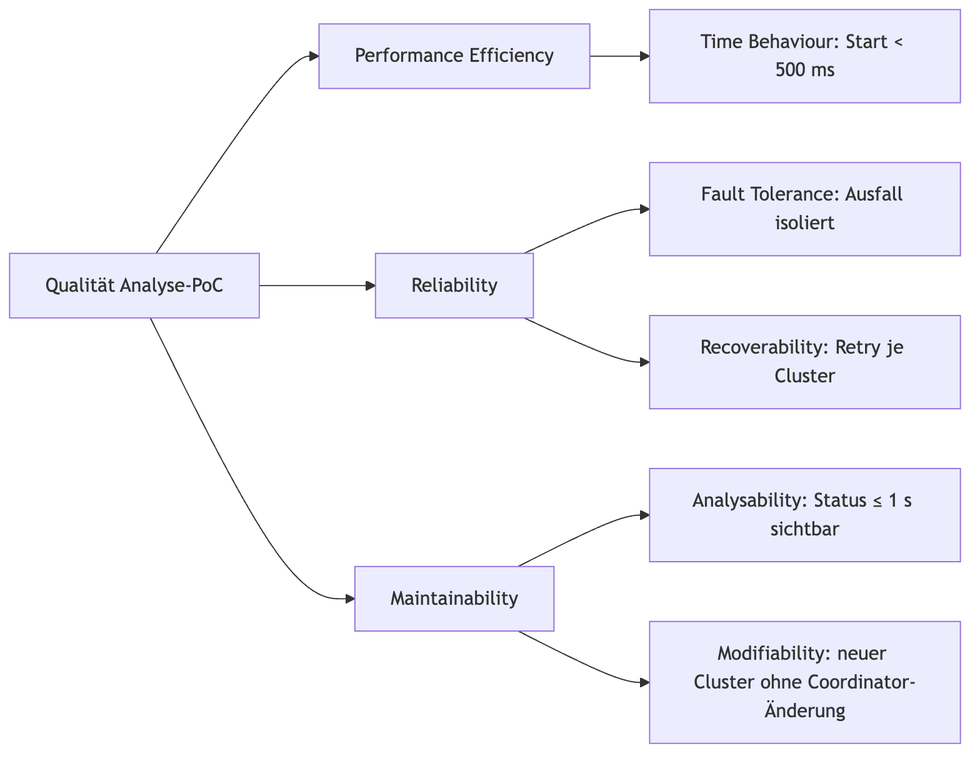
Above: docs/img/qualitaetsbaum.png in nihadio/wirschiffendas (Mermaid), before the change. Its source is kept beside it as docs/diagrams/qualitaetsbaum.mmd. Its diagram source:
```mermaid
flowchart LR
  Q[Qualität Analyse-PoC] --> P[Performance Efficiency]
  Q --> R[Reliability]
  Q --> M[Maintainability]
  P --> P1[Time Behaviour: Start < 500 ms]
  R --> R1[Fault Tolerance: Ausfall isoliert]
  R --> R2[Recoverability: Retry je Cluster]
  M --> M1[Analysability: Status ≤ 1 s sichtbar]
  M --> M2[Modifiability: neuer Cluster ohne Coordinator-Änderung]
```
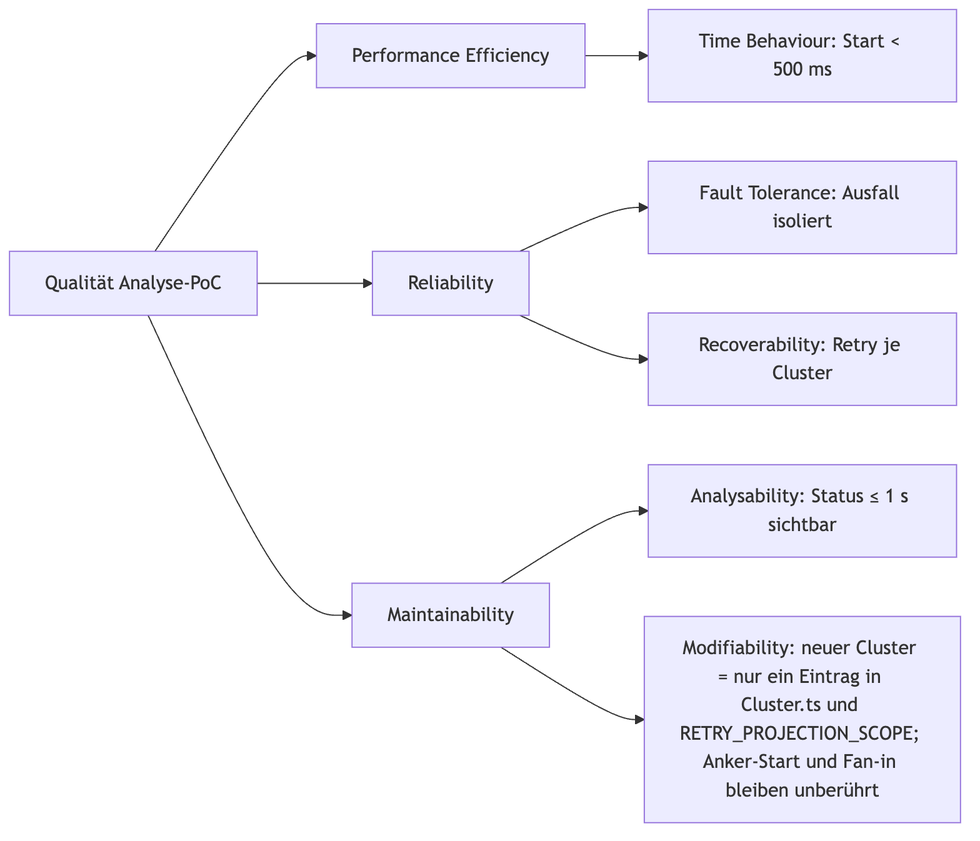
The same file after the commit.

Diff of the diagram source:
```diff
@@ -6,4 +6,4 @@
   R --> R1[Fault Tolerance: Ausfall isoliert]
   R --> R2[Recoverability: Retry je Cluster]
   M --> M1[Analysability: Status ≤ 1 s sichtbar]
-  M --> M2[Modifiability: neuer Cluster ohne Coordinator-Änderung]
+  M --> M2[Modifiability: neuer Cluster = nur ein Eintrag in Cluster.ts und RETRY_PROJECTION_SCOPE; Anker-Start und Fan-in bleiben unberührt]
```
